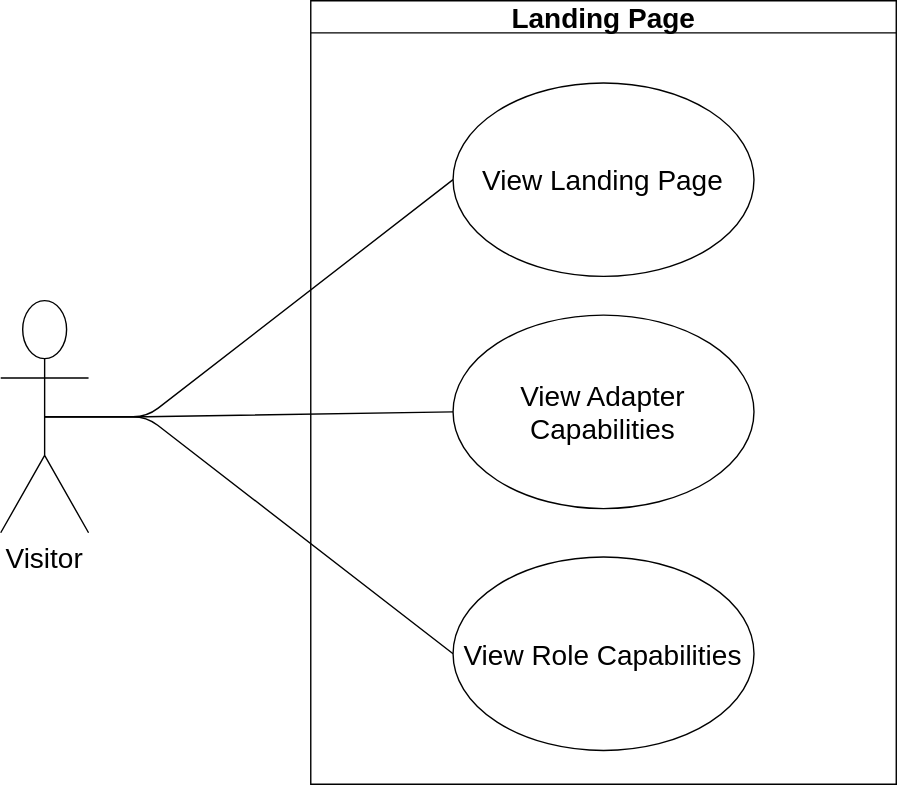
This is docs/diagrams/requirements/Landing_Page.svg from COS301-SE-2026/UMTAS, a draw.io export, as it was before one commit. Source tidied: cells renumbered, new cells last; positions are measured from the earlier drawing's top-left corner, leaving out a move shared by most shapes.
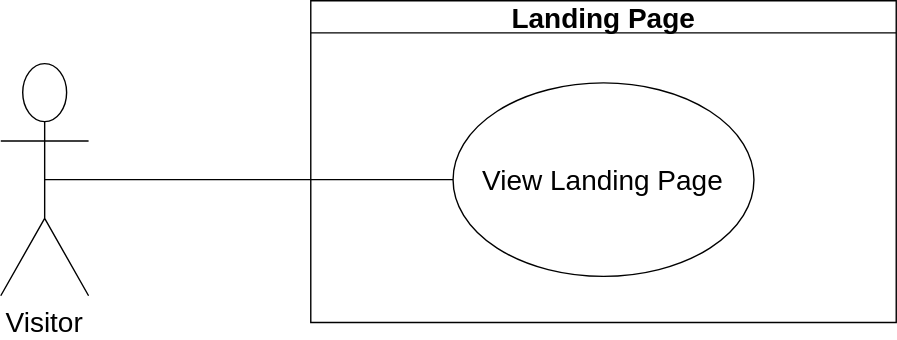
After the commit.

Commit message:
docs(useCases): landing page use cases

Change to the diagram source:
```diff
@@ -2,44 +2,20 @@
   <root>
     <mxCell id="0" />
     <mxCell id="1" parent="0" />
-    <mxCell id="2" style="group;" parent="1" vertex="1">
-      <mxGeometry width="640" height="560" as="geometry" />
-    </mxCell>
+    <mxCell id="11" style="group;" parent="1" vertex="1">
+      <mxGeometry x="-5" y="-130" width="640" height="230" as="geometry" />
+    </mxCell>
-    <mxCell id="3" value="&lt;font style=&quot;font-size: 20px;&quot;&gt;Visitor&lt;/font&gt;" style="shape=umlActor;verticalLabelPosition=bottom;verticalAlign=top;html=1;outlineConnect=0;" parent="2" vertex="1">
-      <mxGeometry y="214.3" width="62.8" height="165.9" as="geometry" />
+    <mxCell id="3" value="&lt;font style=&quot;font-size: 20px;&quot;&gt;Visitor&lt;/font&gt;" style="shape=umlActor;verticalLabelPosition=bottom;verticalAlign=top;html=1;outlineConnect=0;" parent="11" vertex="1">
+      <mxGeometry y="44.9" width="62.8" height="165.9" as="geometry" />
     </mxCell>
-    <mxCell id="4" value="&lt;font style=&quot;font-size: 20px;&quot;&gt;Landing Page&lt;/font&gt;" style="swimlane;whiteSpace=wrap;html=1;" parent="2" vertex="1">
-      <mxGeometry x="221.6" width="418.4" height="560" as="geometry" />
+    <mxCell id="4" value="&lt;font style=&quot;font-size: 20px;&quot;&gt;Landing Page&lt;/font&gt;" style="swimlane;whiteSpace=wrap;html=1;" parent="11" vertex="1">
+      <mxGeometry x="221.6" width="418.4" height="230" as="geometry" />
     </mxCell>
-    <mxCell id="5" style="endArrow=none;html=1;exitX=0.5;exitY=0.5;exitDx=0;exitDy=0;exitPerimeter=0;entryX=0;entryY=0.5;entryDx=0;entryDy=0;" parent="2" edge="1" source="3" target="9">
-      <mxGeometry relative="1" as="geometry">
-        <Array as="points">
-          <mxPoint x="104.6" y="297.3" />
-        </Array>
-      </mxGeometry>
+    <mxCell id="5" style="endArrow=none;html=1;exitX=0.5;exitY=0.5;exitDx=0;exitDy=0;exitPerimeter=0;entryX=0;entryY=0.5;entryDx=0;entryDy=0;" parent="11" edge="1" source="3" target="9">
+      <mxGeometry relative="1" as="geometry" />
     </mxCell>
-    <mxCell id="6" style="endArrow=none;html=1;exitX=0.5;exitY=0.5;exitDx=0;exitDy=0;exitPerimeter=0;entryX=0;entryY=0.5;entryDx=0;entryDy=0;" parent="2" edge="1" source="3" target="8">
-      <mxGeometry relative="1" as="geometry">
-        <Array as="points">
-          <mxPoint x="104.6" y="297.3" />
-        </Array>
-      </mxGeometry>
-    </mxCell>
-    <mxCell id="7" style="endArrow=none;html=1;exitX=0.5;exitY=0.5;exitDx=0;exitDy=0;exitPerimeter=0;entryX=0;entryY=0.5;entryDx=0;entryDy=0;" parent="2" edge="1" source="3" target="10">
-      <mxGeometry relative="1" as="geometry">
-        <Array as="points">
-          <mxPoint x="104.3" y="297.3" />
-        </Array>
-      </mxGeometry>
-    </mxCell>
-    <mxCell id="8" value="&lt;font style=&quot;font-size: 20px;&quot;&gt;View Adapter Capabilities&lt;/font&gt;" style="ellipse;whiteSpace=wrap;html=1;" parent="2" vertex="1">
-      <mxGeometry x="323.3" y="224.7" width="215" height="138.3" as="geometry" />
-    </mxCell>
-    <mxCell id="9" value="&lt;span style=&quot;color: rgb(0, 0, 0);&quot;&gt;&lt;font style=&quot;font-size: 20px;&quot;&gt;View Landing Page&lt;/font&gt;&lt;/span&gt;" style="ellipse;whiteSpace=wrap;html=1;" parent="2" vertex="1">
+    <mxCell id="9" value="&lt;span style=&quot;color: rgb(0, 0, 0);&quot;&gt;&lt;font style=&quot;font-size: 20px;&quot;&gt;View Landing Page&lt;/font&gt;&lt;/span&gt;" style="ellipse;whiteSpace=wrap;html=1;" parent="11" vertex="1">
       <mxGeometry x="323.3" y="58.8" width="215" height="138.3" as="geometry" />
     </mxCell>
-    <mxCell id="10" value="&lt;font style=&quot;font-size: 20px;&quot;&gt;View Role Capabilities&lt;/font&gt;" style="ellipse;whiteSpace=wrap;html=1;" parent="2" vertex="1">
-      <mxGeometry x="323.3" y="397.5" width="215" height="138.3" as="geometry" />
-    </mxCell>
   </root>
 </mxGraphModel>
```
